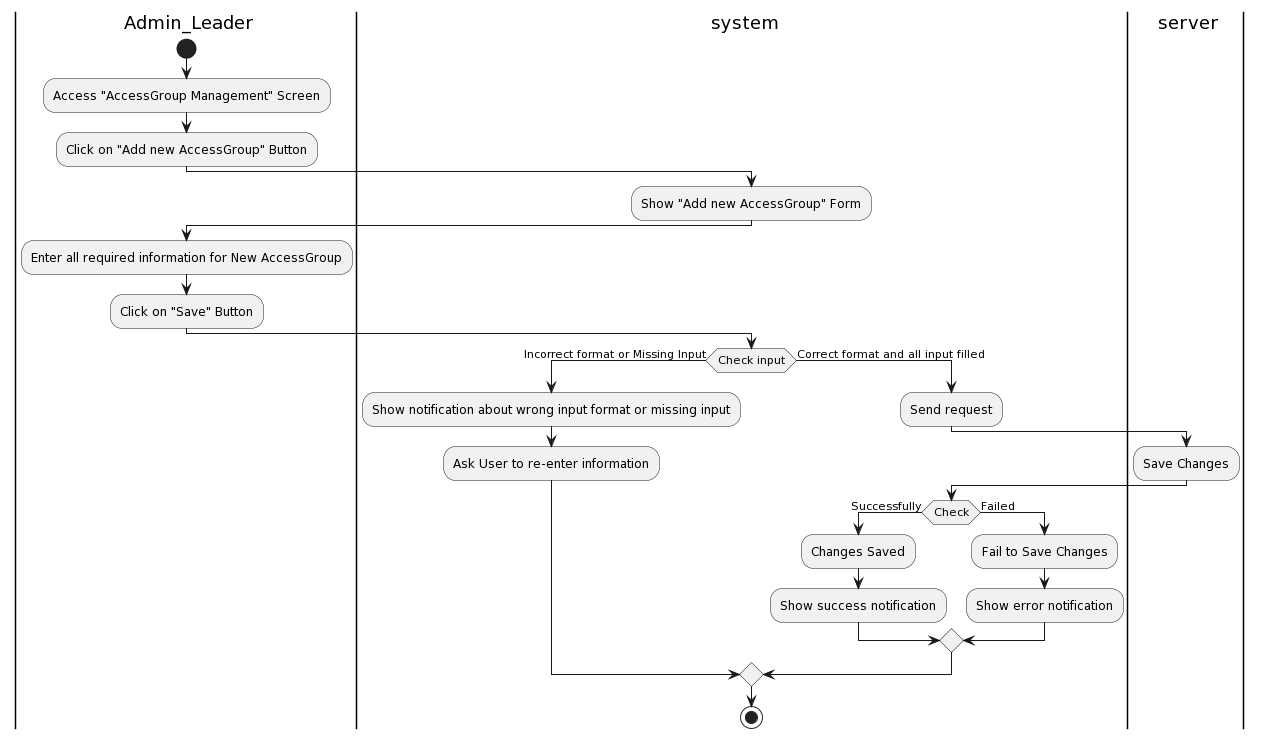
Above: Lab1/Lab1.2/Activity Diagram/SystemManagement/AccessGroupManagement/AddNewAccessGroup/AddNewAccessGroup.png in khoapham1003/SE357-Pratice-class (PlantUML), before the change. The source it was exported from:
```plantuml
@startuml
|a| Admin_Leader
|sys| system
|ser| server
|a|
start
:Access "AccessGroup Management" Screen;
:Click on "Add new AccessGroup" Button;
|sys|
:Show "Add new AccessGroup" Form;
|a|
:Enter all required information for New AccessGroup;
:Click on "Save" Button;
|sys|
if (Check input) then (Incorrect format or Missing Input)
:Show notification about wrong input format or missing input;
:Ask User to re-enter information;
else (Correct format and all input filled)
|sys|
:Send request;
|ser|
:Save Changes;
|sys|
if(Check) then (Successfully)
:Changes Saved;
:Show success notification;
else (Failed)
:Fail to Save Changes;
:Show error notification;
endif
endif
stop
@enduml
```
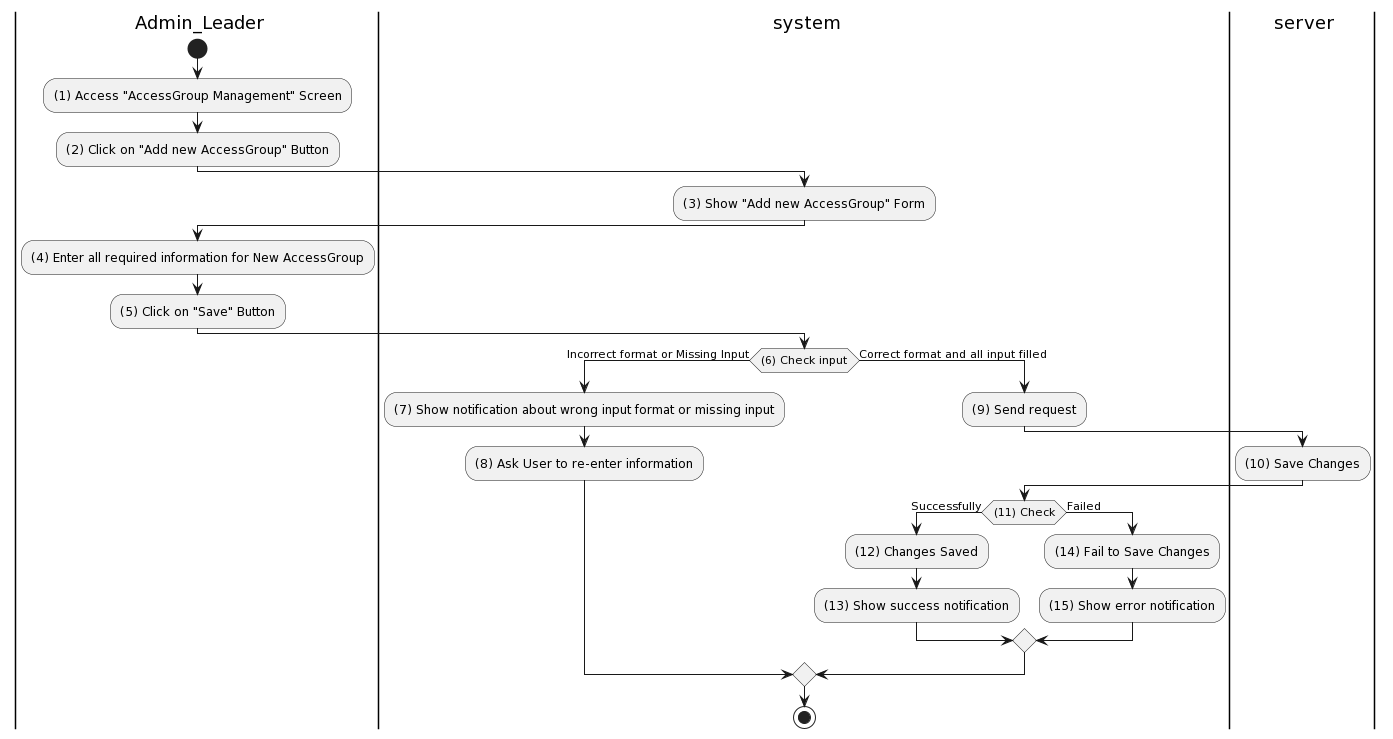
Later version of the same file.

Change to the diagram source:
```diff
@@ -4,29 +4,29 @@
 |ser| server
 |a|
 start
-:Access "AccessGroup Management" Screen;
-:Click on "Add new AccessGroup" Button;
+:(1) Access "AccessGroup Management" Screen;
+:(2) Click on "Add new AccessGroup" Button;
 |sys|
-:Show "Add new AccessGroup" Form;
+:(3) Show "Add new AccessGroup" Form;
 |a|
-:Enter all required information for New AccessGroup;
-:Click on "Save" Button;
+:(4) Enter all required information for New AccessGroup;
+:(5) Click on "Save" Button;
 |sys|
-if (Check input) then (Incorrect format or Missing Input)
-:Show notification about wrong input format or missing input;
-:Ask User to re-enter information;
+if ((6) Check input) then (Incorrect format or Missing Input)
+:(7) Show notification about wrong input format or missing input;
+:(8) Ask User to re-enter information;
 else (Correct format and all input filled)
 |sys|
-:Send request;
+:(9) Send request;
 |ser|
-:Save Changes;
+:(10) Save Changes;
 |sys|
-if(Check) then (Successfully)
-:Changes Saved;
-:Show success notification;
+if((11) Check) then (Successfully)
+:(12) Changes Saved;
+:(13) Show success notification;
 else (Failed)
-:Fail to Save Changes;
-:Show error notification;
+:(14) Fail to Save Changes;
+:(15) Show error notification;
 endif
 endif
 stop
```
